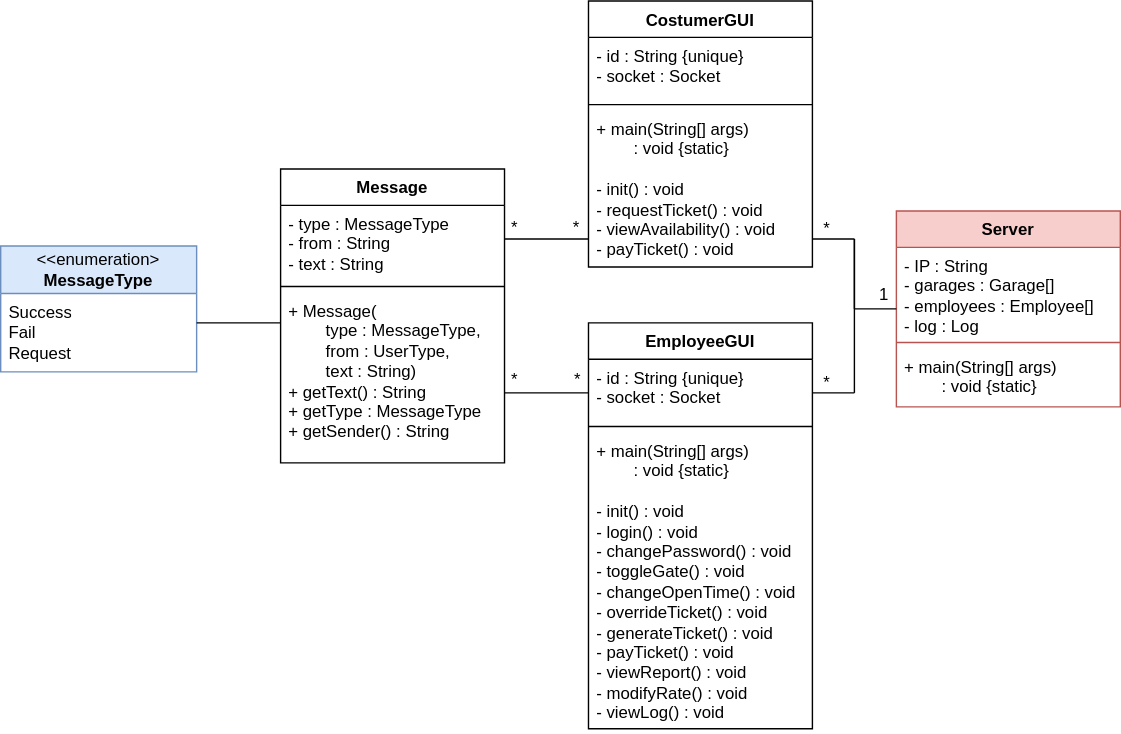
The draw.io diagram design/Diagrams/ClientClassDiagram.svg in CSUEB-CS401-02-SP25-Group-Project-1/parking-garage-system, before a commit. Source tidied: cells renumbered, new cells last; positions are measured from the earlier drawing's top-left corner, leaving out a move shared by most shapes.
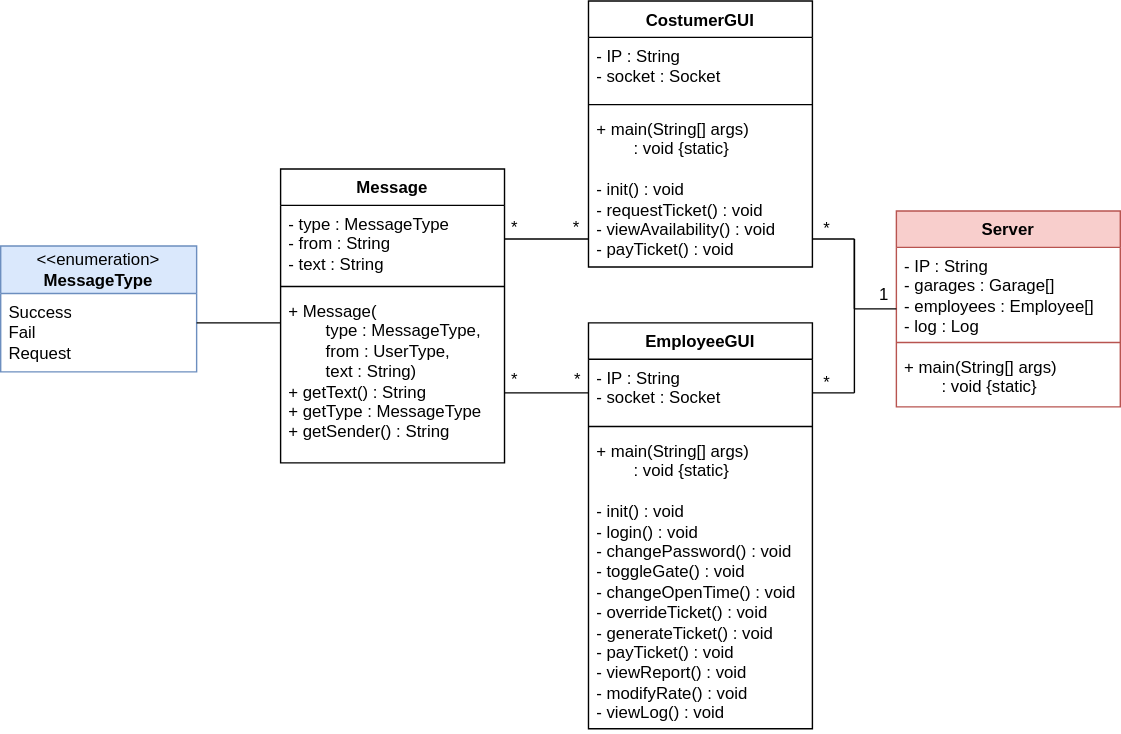
Later version of the same file.

Commit message:
Edited Client and Server class diagrams to use IPs for networking initialization instead of a generated GUI ID. Deleted old ClassDiagram.svg.

What changed in the source:
```diff
@@ -5,7 +5,7 @@
     <mxCell id="2" value="CostumerGUI" style="swimlane;fontStyle=1;align=center;verticalAlign=top;horizontal=1;startSize=26;whiteSpace=wrap;html=1;" parent="1" vertex="1">
       <mxGeometry x="420" width="160" height="190" as="geometry" />
     </mxCell>
-    <mxCell id="3" value="&lt;div&gt;- id : String {unique}&lt;/div&gt;&lt;div&gt;- socket : Socket&lt;/div&gt;" style="text;strokeColor=none;fillColor=none;align=left;verticalAlign=top;spacingLeft=4;spacingRight=4;overflow=hidden;whiteSpace=wrap;html=1;" parent="2" vertex="1">
+    <mxCell id="3" value="&lt;div&gt;- IP : String&lt;/div&gt;&lt;div&gt;- socket : Socket&lt;/div&gt;" style="text;strokeColor=none;fillColor=none;align=left;verticalAlign=top;spacingLeft=4;spacingRight=4;overflow=hidden;whiteSpace=wrap;html=1;" parent="2" vertex="1">
       <mxGeometry y="26" width="160" height="44" as="geometry" />
     </mxCell>
     <mxCell id="4" style="line;strokeWidth=1;fillColor=none;align=left;verticalAlign=middle;spacingTop=-1;spacingLeft=3;spacingRight=3;labelPosition=right;strokeColor=inherit;" parent="2" vertex="1">
@@ -17,7 +17,7 @@
     <mxCell id="6" value="EmployeeGUI" style="swimlane;fontStyle=1;align=center;verticalAlign=top;horizontal=1;startSize=26;whiteSpace=wrap;html=1;" parent="1" vertex="1">
       <mxGeometry x="420" y="230" width="160" height="290" as="geometry" />
     </mxCell>
-    <mxCell id="7" value="&lt;div&gt;- id : String {unique}&lt;/div&gt;&lt;div&gt;- socket : Socket&lt;/div&gt;" style="text;strokeColor=none;fillColor=none;align=left;verticalAlign=top;spacingLeft=4;spacingRight=4;overflow=hidden;whiteSpace=wrap;html=1;" parent="6" vertex="1">
+    <mxCell id="7" value="&lt;div&gt;- IP : String&lt;/div&gt;&lt;div&gt;- socket : Socket&lt;/div&gt;" style="text;strokeColor=none;fillColor=none;align=left;verticalAlign=top;spacingLeft=4;spacingRight=4;overflow=hidden;whiteSpace=wrap;html=1;" parent="6" vertex="1">
       <mxGeometry y="26" width="160" height="44" as="geometry" />
     </mxCell>
     <mxCell id="8" style="line;strokeWidth=1;fillColor=none;align=left;verticalAlign=middle;spacingTop=-1;spacingLeft=3;spacingRight=3;labelPosition=right;strokeColor=inherit;" parent="6" vertex="1">
```
